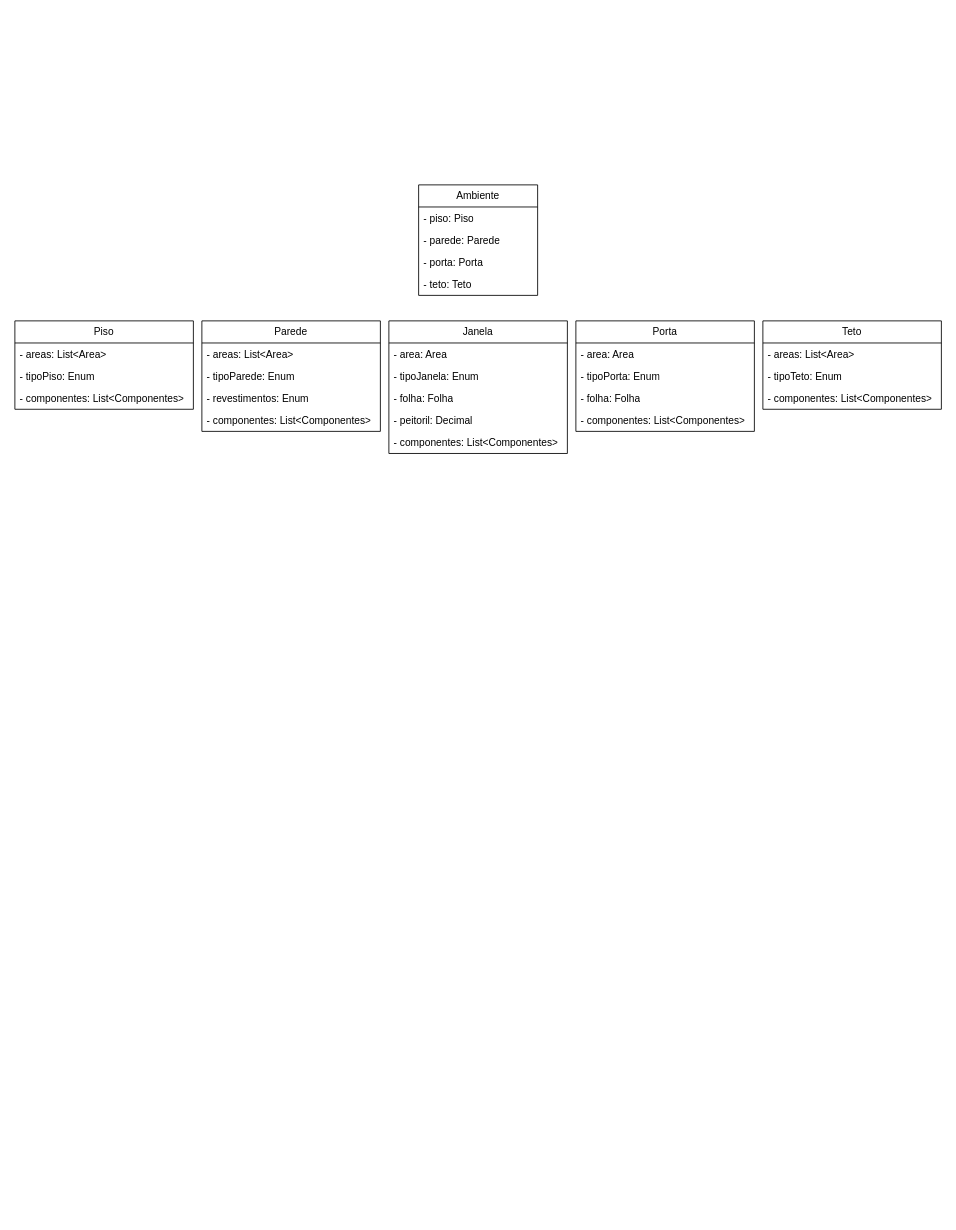
Earlier version of the draw.io diagram Diagrama de classes.drawio (SISTEMAS-IFCE-LN/catalogo-edificacoes). Source tidied: cells renumbered, new cells numbered last; positions are measured from the earlier drawing's top-left corner, leaving out a move shared by most shapes. Both pictures are drawn from the tidied source at 85%, with x=0, y=0 at pixel (14, 184).
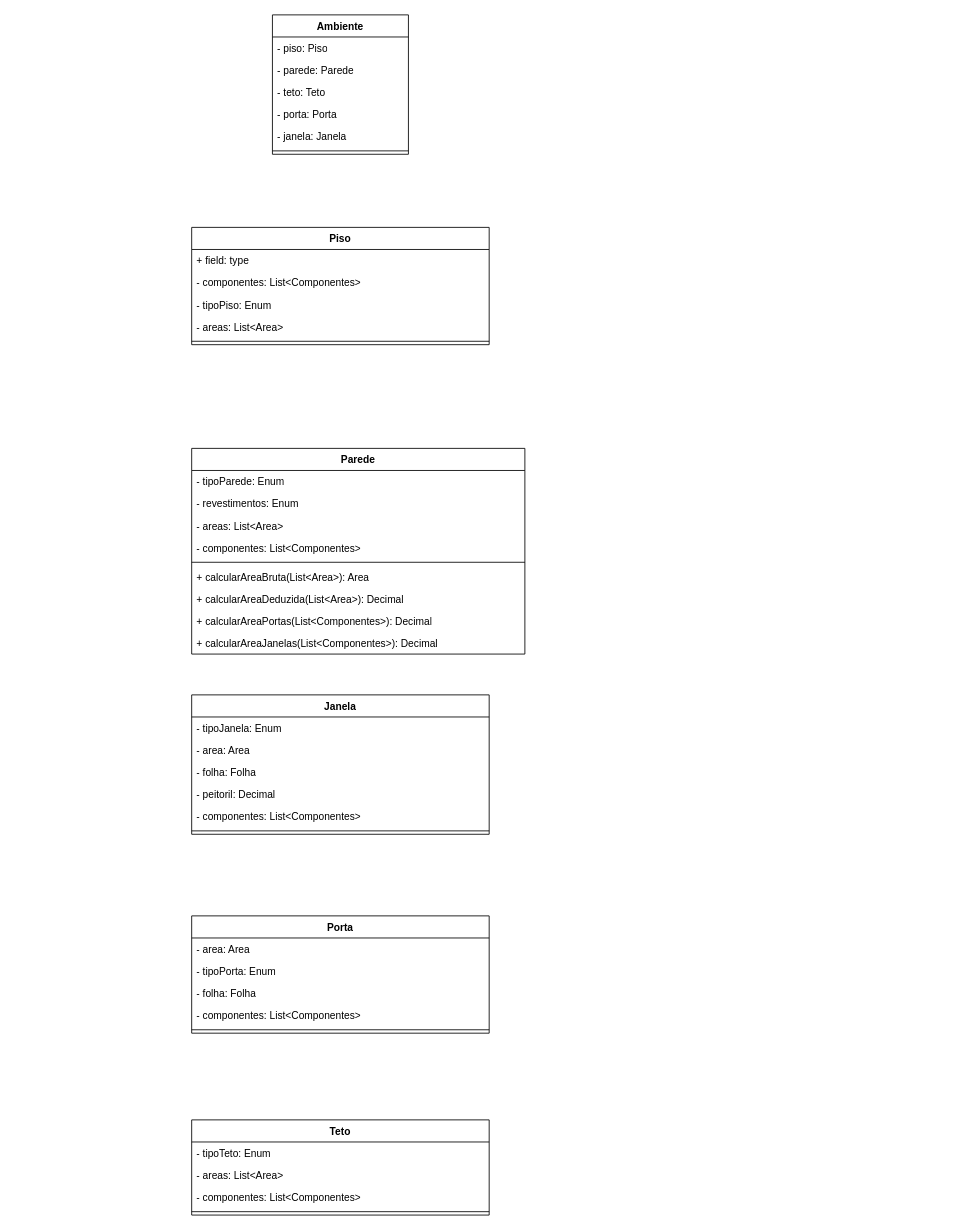
After the change.

The edit, as a diff of the source:
```diff
@@
-    <mxCell id="2" value="Ambiente" style="swimlane;fontStyle=0;horizontal=1;startSize=26;fillColor=none;whiteSpace=wrap;html=1;" parent="1" vertex="1">
-      <mxGeometry x="475" width="140" height="130" as="geometry" />
-    </mxCell>
-    <mxCell id="3" value="- piso: Piso" style="text;strokeColor=none;fillColor=none;align=left;verticalAlign=top;spacingLeft=4;spacingRight=4;overflow=hidden;whiteSpace=wrap;html=1;" parent="2" vertex="1">
-      <mxGeometry y="26" width="140" height="26" as="geometry" />
-    </mxCell>
-    <mxCell id="4" value="- parede: Parede" style="text;strokeColor=none;fillColor=none;align=left;verticalAlign=top;spacingLeft=4;spacingRight=4;overflow=hidden;whiteSpace=wrap;html=1;" parent="2" vertex="1">
-      <mxGeometry y="52" width="140" height="26" as="geometry" />
-    </mxCell>
-    <mxCell id="5" value="- porta: Porta&lt;span style=&quot;white-space: pre;&quot;&gt;&#9;&lt;/span&gt;" style="text;strokeColor=none;fillColor=none;align=left;verticalAlign=top;spacingLeft=4;spacingRight=4;overflow=hidden;whiteSpace=wrap;html=1;" parent="2" vertex="1">
-      <mxGeometry y="78" width="140" height="26" as="geometry" />
-    </mxCell>
-    <mxCell id="6" value="- teto: Teto&lt;span style=&quot;white-space: pre;&quot;&gt;&#9;&lt;/span&gt;" style="text;strokeColor=none;fillColor=none;align=left;verticalAlign=top;spacingLeft=4;spacingRight=4;overflow=hidden;whiteSpace=wrap;html=1;" parent="2" vertex="1">
-      <mxGeometry y="104" width="140" height="26" as="geometry" />
-    </mxCell>
-    <mxCell id="7" value="Piso" style="swimlane;fontStyle=0;horizontal=1;startSize=26;fillColor=none;whiteSpace=wrap;html=1;" parent="1" vertex="1">
-      <mxGeometry y="160" width="210" height="104" as="geometry" />
-    </mxCell>
-    <mxCell id="8" value="- areas: List&amp;lt;Area&amp;gt;" style="text;strokeColor=none;fillColor=none;align=left;verticalAlign=top;spacingLeft=4;spacingRight=4;overflow=hidden;whiteSpace=wrap;html=1;" parent="7" vertex="1">
-      <mxGeometry y="26" width="210" height="26" as="geometry" />
-    </mxCell>
-    <mxCell id="9" value="- tipoPiso: Enum" style="text;strokeColor=none;fillColor=none;align=left;verticalAlign=top;spacingLeft=4;spacingRight=4;overflow=hidden;whiteSpace=wrap;html=1;" parent="7" vertex="1">
-      <mxGeometry y="52" width="210" height="26" as="geometry" />
-    </mxCell>
-    <mxCell id="10" value="- componentes: List&amp;lt;Componentes&amp;gt;" style="text;strokeColor=none;fillColor=none;align=left;verticalAlign=top;spacingLeft=4;spacingRight=4;overflow=hidden;whiteSpace=wrap;html=1;" parent="7" vertex="1">
-      <mxGeometry y="78" width="210" height="26" as="geometry" />
-    </mxCell>
-    <mxCell id="11" value="Parede" style="swimlane;fontStyle=0;horizontal=1;startSize=26;fillColor=none;whiteSpace=wrap;html=1;" parent="1" vertex="1">
-      <mxGeometry x="220" y="160" width="210" height="130" as="geometry" />
+    <mxCell id="11" value="Parede" style="swimlane;fontStyle=1;align=center;verticalAlign=top;horizontal=1;startSize=26;whiteSpace=wrap;html=1;" parent="1" vertex="1">
+      <mxGeometry x="208" y="310" width="392" height="242" as="geometry" />
     </mxCell>
-    <mxCell id="12" value="- areas: List&amp;lt;Area&amp;gt;" style="text;strokeColor=none;fillColor=none;align=left;verticalAlign=top;spacingLeft=4;spacingRight=4;overflow=hidden;whiteSpace=wrap;html=1;" parent="11" vertex="1">
-      <mxGeometry y="26" width="210" height="26" as="geometry" />
-    </mxCell>
     <mxCell id="13" value="- tipoParede: Enum" style="text;strokeColor=none;fillColor=none;align=left;verticalAlign=top;spacingLeft=4;spacingRight=4;overflow=hidden;whiteSpace=wrap;html=1;" parent="11" vertex="1">
-      <mxGeometry y="52" width="210" height="26" as="geometry" />
+      <mxGeometry y="26" width="392" height="26" as="geometry" />
     </mxCell>
     <mxCell id="14" value="- revestimentos: Enum" style="text;strokeColor=none;fillColor=none;align=left;verticalAlign=top;spacingLeft=4;spacingRight=4;overflow=hidden;whiteSpace=wrap;html=1;" parent="11" vertex="1">
-      <mxGeometry y="78" width="210" height="26" as="geometry" />
+      <mxGeometry y="52" width="392" height="26" as="geometry" />
     </mxCell>
+    <mxCell id="12" value="- areas: List&amp;lt;Area&amp;gt;" style="text;strokeColor=none;fillColor=none;align=left;verticalAlign=top;spacingLeft=4;spacingRight=4;overflow=hidden;whiteSpace=wrap;html=1;" parent="11" vertex="1">
+      <mxGeometry y="78" width="392" height="26" as="geometry" />
+    </mxCell>
     <mxCell id="15" value="- componentes: List&amp;lt;Componentes&amp;gt;" style="text;strokeColor=none;fillColor=none;align=left;verticalAlign=top;spacingLeft=4;spacingRight=4;overflow=hidden;whiteSpace=wrap;html=1;" parent="11" vertex="1">
-      <mxGeometry y="104" width="210" height="26" as="geometry" />
+      <mxGeometry y="104" width="392" height="26" as="geometry" />
     </mxCell>
+    <mxCell id="31" style="line;strokeWidth=1;fillColor=none;align=left;verticalAlign=middle;spacingTop=-1;spacingLeft=3;spacingRight=3;labelPosition=right;strokeColor=inherit;" parent="11" vertex="1">
+      <mxGeometry y="130" width="392" height="8" as="geometry" />
+    </mxCell>
+    <mxCell id="32" value="+ calcularAreaBruta(List&amp;lt;Area&amp;gt;): Area" style="text;strokeColor=none;fillColor=none;align=left;verticalAlign=top;spacingLeft=4;spacingRight=4;overflow=hidden;whiteSpace=wrap;html=1;" parent="11" vertex="1">
+      <mxGeometry y="138" width="392" height="26" as="geometry" />
+    </mxCell>
+    <mxCell id="33" value="+ calcularAreaDeduzida(List&amp;lt;Area&amp;gt;): Decimal" style="text;strokeColor=none;fillColor=none;align=left;verticalAlign=top;spacingLeft=4;spacingRight=4;overflow=hidden;whiteSpace=wrap;html=1;" parent="11" vertex="1">
+      <mxGeometry y="164" width="392" height="26" as="geometry" />
+    </mxCell>
+    <mxCell id="34" value="+ calcularAreaPortas(List&amp;lt;Componentes&amp;gt;): Decimal" style="text;strokeColor=none;fillColor=none;align=left;verticalAlign=top;spacingLeft=4;spacingRight=4;overflow=hidden;whiteSpace=wrap;html=1;" parent="11" vertex="1">
+      <mxGeometry y="190" width="392" height="26" as="geometry" />
+    </mxCell>
+    <mxCell id="35" value="+ calcularAreaJanelas(List&amp;lt;Componentes&amp;gt;): Decimal" style="text;strokeColor=none;fillColor=none;align=left;verticalAlign=top;spacingLeft=4;spacingRight=4;overflow=hidden;whiteSpace=wrap;html=1;" parent="11" vertex="1">
+      <mxGeometry y="216" width="392" height="26" as="geometry" />
+    </mxCell>
+    <mxCell id="7" value="Piso" style="swimlane;fontStyle=1;align=center;verticalAlign=top;horizontal=1;startSize=26;whiteSpace=wrap;html=1;" parent="1" vertex="1">
+      <mxGeometry x="208" y="50" width="350" height="138" as="geometry" />
+    </mxCell>
+    <mxCell id="36" value="+ field: type" style="text;strokeColor=none;fillColor=none;align=left;verticalAlign=top;spacingLeft=4;spacingRight=4;overflow=hidden;whiteSpace=wrap;html=1;" parent="7" vertex="1">
+      <mxGeometry y="26" width="350" height="26" as="geometry" />
+    </mxCell>
+    <mxCell id="10" value="- componentes: List&amp;lt;Componentes&amp;gt;" style="text;strokeColor=none;fillColor=none;align=left;verticalAlign=top;spacingLeft=4;spacingRight=4;overflow=hidden;whiteSpace=wrap;html=1;" parent="7" vertex="1">
+      <mxGeometry y="52" width="350" height="26" as="geometry" />
+    </mxCell>
+    <mxCell id="9" value="- tipoPiso: Enum" style="text;strokeColor=none;fillColor=none;align=left;verticalAlign=top;spacingLeft=4;spacingRight=4;overflow=hidden;whiteSpace=wrap;html=1;" parent="7" vertex="1">
+      <mxGeometry y="78" width="350" height="26" as="geometry" />
+    </mxCell>
+    <mxCell id="8" value="- areas: List&amp;lt;Area&amp;gt;" style="text;strokeColor=none;fillColor=none;align=left;verticalAlign=top;spacingLeft=4;spacingRight=4;overflow=hidden;whiteSpace=wrap;html=1;" parent="7" vertex="1">
+      <mxGeometry y="104" width="350" height="26" as="geometry" />
+    </mxCell>
+    <mxCell id="37" style="line;strokeWidth=1;fillColor=none;align=left;verticalAlign=middle;spacingTop=-1;spacingLeft=3;spacingRight=3;labelPosition=right;strokeColor=inherit;" parent="7" vertex="1">
+      <mxGeometry y="130" width="350" height="8" as="geometry" />
+    </mxCell>
+    <mxCell id="21" value="Janela" style="swimlane;fontStyle=1;align=center;verticalAlign=top;horizontal=1;startSize=26;whiteSpace=wrap;html=1;" parent="1" vertex="1">
+      <mxGeometry x="208" y="600" width="350" height="164" as="geometry" />
+    </mxCell>
+    <mxCell id="23" value="- tipoJanela: Enum" style="text;strokeColor=none;fillColor=none;align=left;verticalAlign=top;spacingLeft=4;spacingRight=4;overflow=hidden;whiteSpace=wrap;html=1;" parent="21" vertex="1">
+      <mxGeometry y="26" width="350" height="26" as="geometry" />
+    </mxCell>
+    <mxCell id="22" value="- area: Area" style="text;strokeColor=none;fillColor=none;align=left;verticalAlign=top;spacingLeft=4;spacingRight=4;overflow=hidden;whiteSpace=wrap;html=1;" parent="21" vertex="1">
+      <mxGeometry y="52" width="350" height="26" as="geometry" />
+    </mxCell>
+    <mxCell id="24" value="- folha: Folha" style="text;strokeColor=none;fillColor=none;align=left;verticalAlign=top;spacingLeft=4;spacingRight=4;overflow=hidden;whiteSpace=wrap;html=1;" parent="21" vertex="1">
+      <mxGeometry y="78" width="350" height="26" as="geometry" />
+    </mxCell>
+    <mxCell id="25" value="- peitoril: Decimal" style="text;strokeColor=none;fillColor=none;align=left;verticalAlign=top;spacingLeft=4;spacingRight=4;overflow=hidden;whiteSpace=wrap;html=1;" parent="21" vertex="1">
+      <mxGeometry y="104" width="350" height="26" as="geometry" />
+    </mxCell>
+    <mxCell id="26" value="- componentes: List&amp;lt;Componentes&amp;gt;" style="text;strokeColor=none;fillColor=none;align=left;verticalAlign=top;spacingLeft=4;spacingRight=4;overflow=hidden;whiteSpace=wrap;html=1;" parent="21" vertex="1">
+      <mxGeometry y="130" width="350" height="26" as="geometry" />
+    </mxCell>
+    <mxCell id="38" style="line;strokeWidth=1;fillColor=none;align=left;verticalAlign=middle;spacingTop=-1;spacingLeft=3;spacingRight=3;labelPosition=right;strokeColor=inherit;" parent="21" vertex="1">
+      <mxGeometry y="156" width="350" height="8" as="geometry" />
+    </mxCell>
-    <mxCell id="16" value="Porta" style="swimlane;fontStyle=0;horizontal=1;startSize=26;fillColor=none;whiteSpace=wrap;html=1;" parent="1" vertex="1">
-      <mxGeometry x="660" y="160" width="210" height="130" as="geometry" />
+    <mxCell id="16" value="Porta" style="swimlane;fontStyle=1;align=center;verticalAlign=top;horizontal=1;startSize=26;whiteSpace=wrap;html=1;" parent="1" vertex="1">
+      <mxGeometry x="208" y="860" width="350" height="138" as="geometry" />
     </mxCell>
     <mxCell id="17" value="- area: Area" style="text;strokeColor=none;fillColor=none;align=left;verticalAlign=top;spacingLeft=4;spacingRight=4;overflow=hidden;whiteSpace=wrap;html=1;" parent="16" vertex="1">
-      <mxGeometry y="26" width="210" height="26" as="geometry" />
+      <mxGeometry y="26" width="350" height="26" as="geometry" />
     </mxCell>
     <mxCell id="18" value="- tipoPorta: Enum" style="text;strokeColor=none;fillColor=none;align=left;verticalAlign=top;spacingLeft=4;spacingRight=4;overflow=hidden;whiteSpace=wrap;html=1;" parent="16" vertex="1">
-      <mxGeometry y="52" width="210" height="26" as="geometry" />
+      <mxGeometry y="52" width="350" height="26" as="geometry" />
     </mxCell>
     <mxCell id="19" value="- folha: Folha" style="text;strokeColor=none;fillColor=none;align=left;verticalAlign=top;spacingLeft=4;spacingRight=4;overflow=hidden;whiteSpace=wrap;html=1;" parent="16" vertex="1">
-      <mxGeometry y="78" width="210" height="26" as="geometry" />
+      <mxGeometry y="78" width="350" height="26" as="geometry" />
     </mxCell>
     <mxCell id="20" value="- componentes: List&amp;lt;Componentes&amp;gt;" style="text;strokeColor=none;fillColor=none;align=left;verticalAlign=top;spacingLeft=4;spacingRight=4;overflow=hidden;whiteSpace=wrap;html=1;" parent="16" vertex="1">
-      <mxGeometry y="104" width="210" height="26" as="geometry" />
+      <mxGeometry y="104" width="350" height="26" as="geometry" />
     </mxCell>
-    <mxCell id="21" value="Janela" style="swimlane;fontStyle=0;horizontal=1;startSize=26;fillColor=none;whiteSpace=wrap;html=1;" parent="1" vertex="1">
-      <mxGeometry x="440" y="160" width="210" height="156" as="geometry" />
-    </mxCell>
-    <mxCell id="22" value="- area: Area" style="text;strokeColor=none;fillColor=none;align=left;verticalAlign=top;spacingLeft=4;spacingRight=4;overflow=hidden;whiteSpace=wrap;html=1;" parent="21" vertex="1">
-      <mxGeometry y="26" width="210" height="26" as="geometry" />
-    </mxCell>
-    <mxCell id="23" value="- tipoJanela: Enum" style="text;strokeColor=none;fillColor=none;align=left;verticalAlign=top;spacingLeft=4;spacingRight=4;overflow=hidden;whiteSpace=wrap;html=1;" parent="21" vertex="1">
-      <mxGeometry y="52" width="210" height="26" as="geometry" />
-    </mxCell>
-    <mxCell id="24" value="- folha: Folha" style="text;strokeColor=none;fillColor=none;align=left;verticalAlign=top;spacingLeft=4;spacingRight=4;overflow=hidden;whiteSpace=wrap;html=1;" parent="21" vertex="1">
-      <mxGeometry y="78" width="210" height="26" as="geometry" />
-    </mxCell>
-    <mxCell id="25" value="- peitoril: Decimal" style="text;strokeColor=none;fillColor=none;align=left;verticalAlign=top;spacingLeft=4;spacingRight=4;overflow=hidden;whiteSpace=wrap;html=1;" parent="21" vertex="1">
-      <mxGeometry y="104" width="210" height="26" as="geometry" />
-    </mxCell>
-    <mxCell id="26" value="- componentes: List&amp;lt;Componentes&amp;gt;" style="text;strokeColor=none;fillColor=none;align=left;verticalAlign=top;spacingLeft=4;spacingRight=4;overflow=hidden;whiteSpace=wrap;html=1;" parent="21" vertex="1">
-      <mxGeometry y="130" width="210" height="26" as="geometry" />
-    </mxCell>
+    <mxCell id="39" style="line;strokeWidth=1;fillColor=none;align=left;verticalAlign=middle;spacingTop=-1;spacingLeft=3;spacingRight=3;labelPosition=right;strokeColor=inherit;" parent="16" vertex="1">
+      <mxGeometry y="130" width="350" height="8" as="geometry" />
+    </mxCell>
-    <mxCell id="27" value="Teto" style="swimlane;fontStyle=0;horizontal=1;startSize=26;fillColor=none;whiteSpace=wrap;html=1;" parent="1" vertex="1">
-      <mxGeometry x="880" y="160" width="210" height="104" as="geometry" />
+    <mxCell id="27" value="Teto" style="swimlane;fontStyle=1;align=center;verticalAlign=top;horizontal=1;startSize=26;whiteSpace=wrap;html=1;" parent="1" vertex="1">
+      <mxGeometry x="208" y="1100" width="350" height="112" as="geometry" />
     </mxCell>
+    <mxCell id="29" value="- tipoTeto: Enum" style="text;strokeColor=none;fillColor=none;align=left;verticalAlign=top;spacingLeft=4;spacingRight=4;overflow=hidden;whiteSpace=wrap;html=1;" parent="27" vertex="1">
+      <mxGeometry y="26" width="350" height="26" as="geometry" />
+    </mxCell>
     <mxCell id="28" value="- areas: List&amp;lt;Area&amp;gt;" style="text;strokeColor=none;fillColor=none;align=left;verticalAlign=top;spacingLeft=4;spacingRight=4;overflow=hidden;whiteSpace=wrap;html=1;" parent="27" vertex="1">
-      <mxGeometry y="26" width="210" height="26" as="geometry" />
+      <mxGeometry y="52" width="350" height="26" as="geometry" />
     </mxCell>
-    <mxCell id="29" value="- tipoTeto: Enum" style="text;strokeColor=none;fillColor=none;align=left;verticalAlign=top;spacingLeft=4;spacingRight=4;overflow=hidden;whiteSpace=wrap;html=1;" parent="27" vertex="1">
-      <mxGeometry y="52" width="210" height="26" as="geometry" />
-    </mxCell>
     <mxCell id="30" value="- componentes: List&amp;lt;Componentes&amp;gt;" style="text;strokeColor=none;fillColor=none;align=left;verticalAlign=top;spacingLeft=4;spacingRight=4;overflow=hidden;whiteSpace=wrap;html=1;" parent="27" vertex="1">
-      <mxGeometry y="78" width="210" height="26" as="geometry" />
+      <mxGeometry y="78" width="350" height="26" as="geometry" />
     </mxCell>
+    <mxCell id="40" style="line;strokeWidth=1;fillColor=none;align=left;verticalAlign=middle;spacingTop=-1;spacingLeft=3;spacingRight=3;labelPosition=right;strokeColor=inherit;" parent="27" vertex="1">
+      <mxGeometry y="104" width="350" height="8" as="geometry" />
+    </mxCell>
+    <mxCell id="2" value="Ambiente" style="swimlane;fontStyle=1;align=center;verticalAlign=top;horizontal=1;startSize=26;whiteSpace=wrap;html=1;" parent="1" vertex="1">
+      <mxGeometry x="303" y="-200" width="160" height="164" as="geometry" />
+    </mxCell>
+    <mxCell id="3" value="- piso: Piso" style="text;strokeColor=none;fillColor=none;align=left;verticalAlign=top;spacingLeft=4;spacingRight=4;overflow=hidden;whiteSpace=wrap;html=1;" parent="2" vertex="1">
+      <mxGeometry y="26" width="160" height="26" as="geometry" />
+    </mxCell>
+    <mxCell id="4" value="- parede: Parede" style="text;strokeColor=none;fillColor=none;align=left;verticalAlign=top;spacingLeft=4;spacingRight=4;overflow=hidden;whiteSpace=wrap;html=1;" parent="2" vertex="1">
+      <mxGeometry y="52" width="160" height="26" as="geometry" />
+    </mxCell>
+    <mxCell id="6" value="- teto: Teto&lt;span style=&quot;white-space: pre;&quot;&gt;&#9;&lt;/span&gt;" style="text;strokeColor=none;fillColor=none;align=left;verticalAlign=top;spacingLeft=4;spacingRight=4;overflow=hidden;whiteSpace=wrap;html=1;" parent="2" vertex="1">
+      <mxGeometry y="78" width="160" height="26" as="geometry" />
+    </mxCell>
+    <mxCell id="5" value="- porta: Porta&lt;span style=&quot;white-space: pre;&quot;&gt;&#9;&lt;/span&gt;" style="text;strokeColor=none;fillColor=none;align=left;verticalAlign=top;spacingLeft=4;spacingRight=4;overflow=hidden;whiteSpace=wrap;html=1;" parent="2" vertex="1">
+      <mxGeometry y="104" width="160" height="26" as="geometry" />
+    </mxCell>
+    <mxCell id="41" value="- janela: Janela&lt;span style=&quot;white-space: pre;&quot;&gt;&#9;&lt;/span&gt;" style="text;strokeColor=none;fillColor=none;align=left;verticalAlign=top;spacingLeft=4;spacingRight=4;overflow=hidden;whiteSpace=wrap;html=1;" parent="2" vertex="1">
+      <mxGeometry y="130" width="160" height="26" as="geometry" />
+    </mxCell>
+    <mxCell id="42" style="line;strokeWidth=1;fillColor=none;align=left;verticalAlign=middle;spacingTop=-1;spacingLeft=3;spacingRight=3;labelPosition=right;strokeColor=inherit;" parent="2" vertex="1">
+      <mxGeometry y="156" width="160" height="8" as="geometry" />
+    </mxCell>
```
